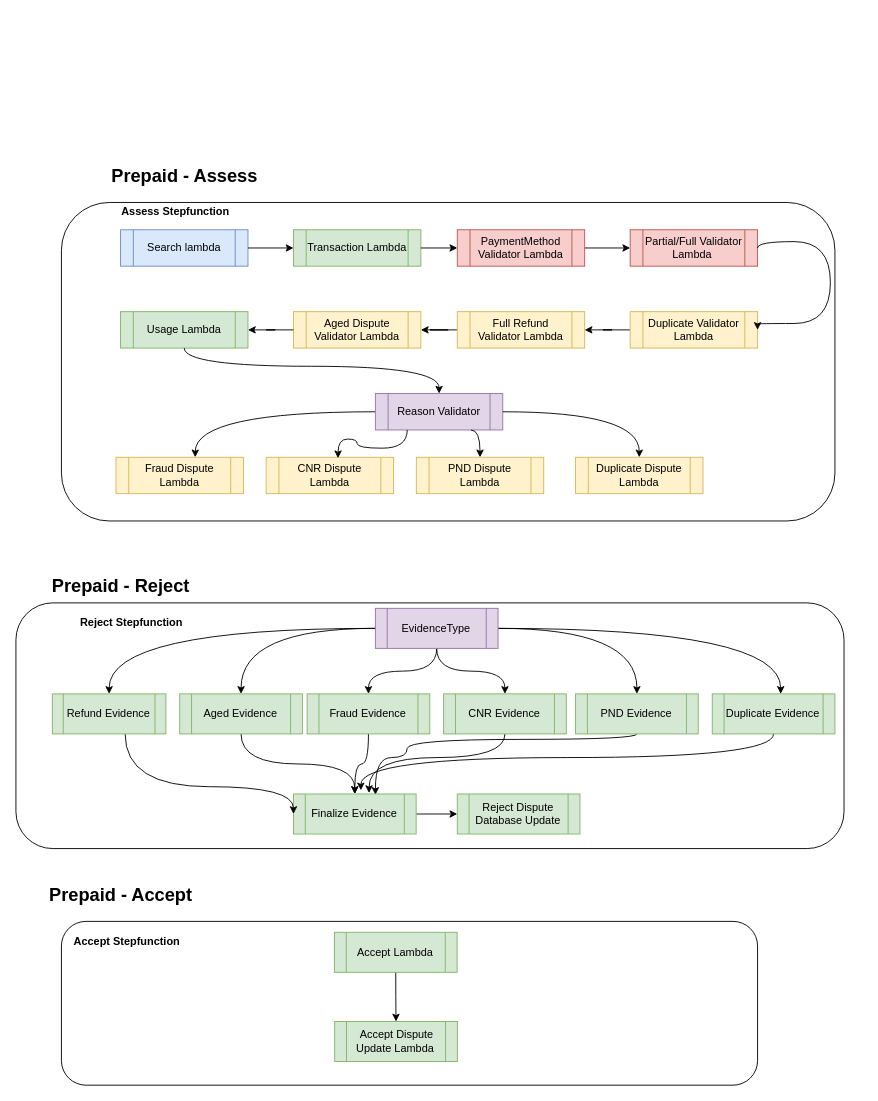
Above: Prepaid-Component Diagram.drawio in evasanthan/testRestApp (draw.io), before the change. Source tidied: cells renumbered, new cells numbered last; positions are measured from the earlier drawing's top-left corner, leaving out a move shared by most shapes. Both pictures are drawn from the tidied source at 91%, with x=0, y=0 at pixel (15, 166).
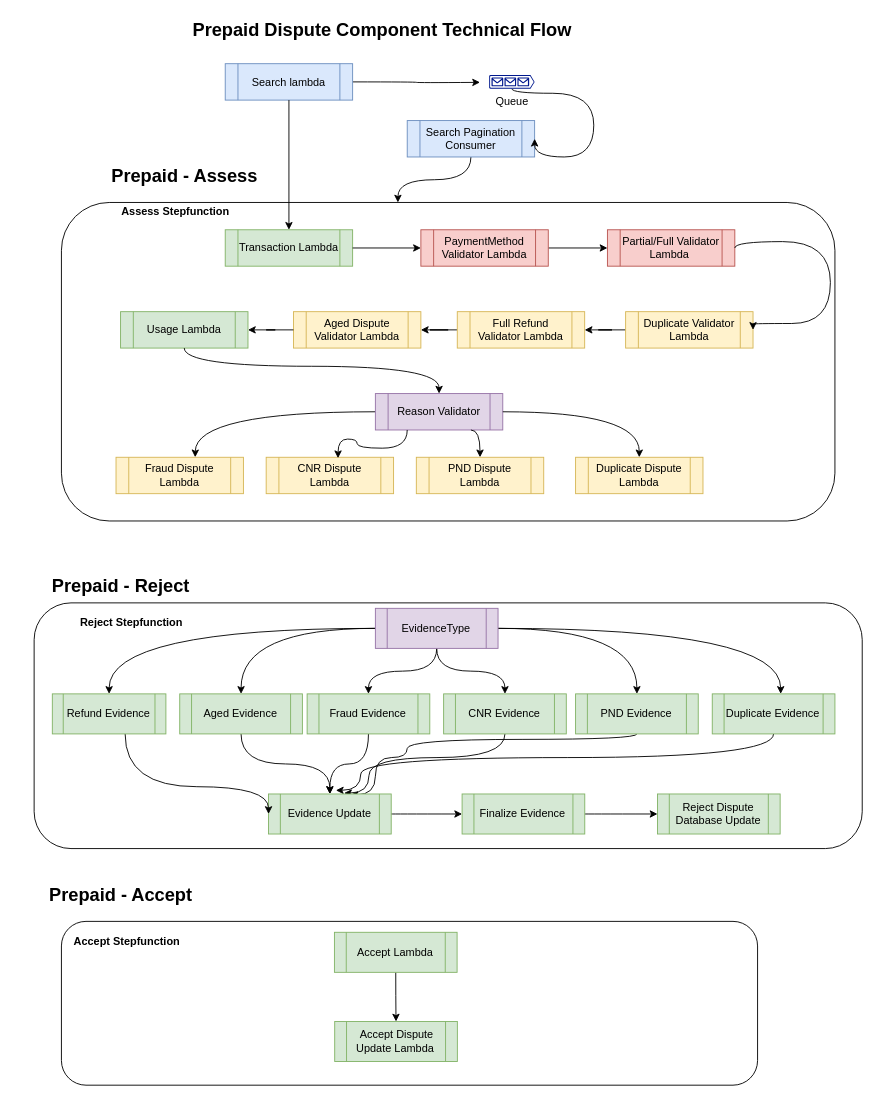
The same page after the edit.

Unchanged cells that the change refers to:
```xml
<mxCell id="2" style="rounded=1;whiteSpace=wrap;html=1;" parent="1" vertex="1">
  <mxGeometry x="50" y="40" width="850" height="350" as="geometry" />
</mxCell>
```

What changed in the source:
```diff
@@
+    <mxCell id="61" style="edgeStyle=orthogonalEdgeStyle;curved=1;rounded=0;jettySize=auto;html=1;" parent="1" edge="1" source="5">
+      <mxGeometry relative="1" as="geometry">
+        <mxPoint x="510" y="-92" as="targetPoint" />
+      </mxGeometry>
+    </mxCell>
     <mxCell id="5" value="Search lambda" style="shape=process;whiteSpace=wrap;html=1;backgroundOutline=1;fillColor=#dae8fc;strokeColor=#6c8ebf;" parent="1" vertex="1">
-      <mxGeometry x="115" y="70" width="140" height="40" as="geometry" />
+      <mxGeometry x="230" y="-112.5" width="140" height="40" as="geometry" />
     </mxCell>
+    <mxCell id="62" style="edgeStyle=orthogonalEdgeStyle;curved=1;rounded=0;jettySize=auto;html=1;entryX=0.435;entryY=0;entryDx=0;entryDy=0;entryPerimeter=0;" parent="1" edge="1" source="63" target="2">
+      <mxGeometry relative="1" as="geometry" />
+    </mxCell>
+    <mxCell id="63" value="Search Pagination Consumer" style="shape=process;whiteSpace=wrap;html=1;backgroundOutline=1;fillColor=#dae8fc;strokeColor=#6c8ebf;" parent="1" vertex="1">
+      <mxGeometry x="430" y="-50" width="140" height="40" as="geometry" />
+    </mxCell>
@@
     <mxCell id="7" value="Partial/Full Validator Lambda&amp;nbsp;" style="shape=process;whiteSpace=wrap;html=1;backgroundOutline=1;fillColor=#f8cecc;strokeColor=#b85450;" parent="1" vertex="1">
-      <mxGeometry x="675" y="70" width="140" height="40" as="geometry" />
+      <mxGeometry x="650" y="70" width="140" height="40" as="geometry" />
     </mxCell>
     <mxCell id="8" value="Transaction Lambda" style="shape=process;whiteSpace=wrap;html=1;backgroundOutline=1;fillColor=#d5e8d4;strokeColor=#82b366;" parent="1" vertex="1">
-      <mxGeometry x="305" y="70" width="140" height="40" as="geometry" />
+      <mxGeometry x="230" y="70" width="140" height="40" as="geometry" />
     </mxCell>
@@
     <mxCell id="13" value="PaymentMethod Validator Lambda" style="shape=process;whiteSpace=wrap;html=1;backgroundOutline=1;fillColor=#f8cecc;strokeColor=#b85450;" parent="1" vertex="1">
-      <mxGeometry x="485" y="70" width="140" height="40" as="geometry" />
+      <mxGeometry x="445" y="70" width="140" height="40" as="geometry" />
     </mxCell>
@@
     <mxCell id="16" value="Duplicate Validator Lambda" style="shape=process;whiteSpace=wrap;html=1;backgroundOutline=1;fillColor=#fff2cc;strokeColor=#d6b656;" parent="1" vertex="1">
-      <mxGeometry x="675" y="160" width="140" height="40" as="geometry" />
+      <mxGeometry x="670" y="160" width="140" height="40" as="geometry" />
     </mxCell>
@@
     <mxCell id="32" style="rounded=1;whiteSpace=wrap;html=1;" parent="1" vertex="1">
-      <mxGeometry y="480" width="910" height="270" as="geometry" />
+      <mxGeometry x="20" y="480" width="910" height="270" as="geometry" />
     </mxCell>
@@
-    <mxCell id="42" value="Finalize Evidence" style="shape=process;whiteSpace=wrap;html=1;backgroundOutline=1;fillColor=#d5e8d4;strokeColor=#82b366;" parent="1" vertex="1">
-      <mxGeometry x="305" y="690" width="134.8" height="44" as="geometry" />
+    <mxCell id="42" value="Evidence Update" style="shape=process;whiteSpace=wrap;html=1;backgroundOutline=1;fillColor=#d5e8d4;strokeColor=#82b366;" parent="1" vertex="1">
+      <mxGeometry x="277.6" y="690" width="134.8" height="44" as="geometry" />
     </mxCell>
@@
+    <mxCell id="64" style="edgeStyle=orthogonalEdgeStyle;curved=1;rounded=0;jettySize=auto;html=1;" parent="1" edge="1" source="60" target="65">
+      <mxGeometry relative="1" as="geometry" />
+    </mxCell>
-    <mxCell id="60" value="Reject Dispute Database Update" style="shape=process;whiteSpace=wrap;html=1;backgroundOutline=1;fillColor=#d5e8d4;strokeColor=#82b366;" parent="1" vertex="1">
-      <mxGeometry x="485" y="690" width="134.8" height="44" as="geometry" />
+    <mxCell id="60" value="Finalize Evidence" style="shape=process;whiteSpace=wrap;html=1;backgroundOutline=1;fillColor=#d5e8d4;strokeColor=#82b366;" parent="1" vertex="1">
+      <mxGeometry x="490.3" y="690" width="134.8" height="44" as="geometry" />
     </mxCell>
+    <mxCell id="65" value="Reject Dispute Database Update" style="shape=process;whiteSpace=wrap;html=1;backgroundOutline=1;fillColor=#d5e8d4;strokeColor=#82b366;" parent="1" vertex="1">
+      <mxGeometry x="705" y="690" width="134.8" height="44" as="geometry" />
+    </mxCell>
+    <mxCell id="66" style="edgeStyle=orthogonalEdgeStyle;curved=1;rounded=0;jettySize=auto;html=1;entryX=1;entryY=0.5;entryDx=0;entryDy=0;" parent="1" edge="1" source="67" target="63">
+      <mxGeometry relative="1" as="geometry">
+        <Array as="points">
+          <mxPoint x="635" y="-80" />
+          <mxPoint x="635" y="-10" />
+        </Array>
+      </mxGeometry>
+    </mxCell>
+    <mxCell id="67" value="Queue" style="shadow=0;dashed=0;html=1;strokeColor=none;labelPosition=center;verticalLabelPosition=bottom;verticalAlign=top;align=center;fillColor=#00188D;shape=mxgraph.azure.queue_generic;" parent="1" vertex="1">
+      <mxGeometry x="520" y="-100" width="50" height="15" as="geometry" />
+    </mxCell>
+    <mxCell id="68" value="&lt;font style=&quot;font-size: 20px;&quot;&gt;&lt;b style=&quot;font-size: 20px;&quot;&gt;Prepaid Dispute Component Technical Flow&amp;nbsp;&lt;/b&gt;&lt;/font&gt;" style="text;html=1;align=center;verticalAlign=middle;fontSize=20;" parent="1" vertex="1">
+      <mxGeometry x="185" y="-165" width="440" height="30" as="geometry" />
+    </mxCell>
```
